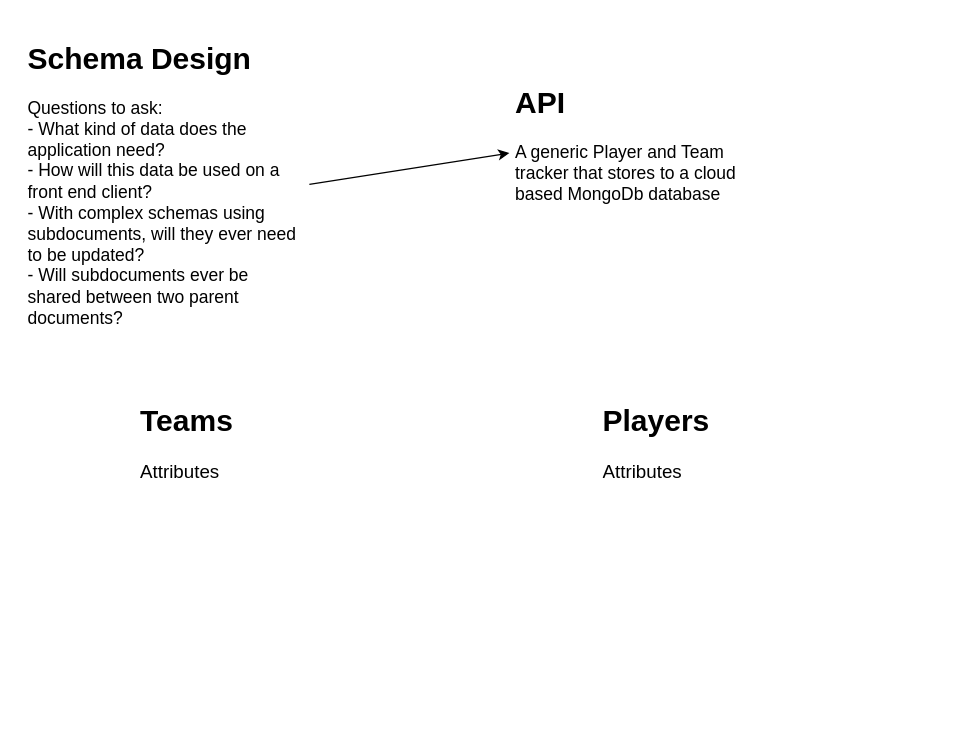
Earlier version of the draw.io diagram schemademo.dio (jjvega86/schemadesigndemo). Source tidied: cells renumbered, new cells numbered last; positions are measured from the earlier drawing's top-left corner, leaving out a move shared by most shapes. Both pictures are drawn from the tidied source at 125%, with x=0, y=0 at pixel (21, 34).
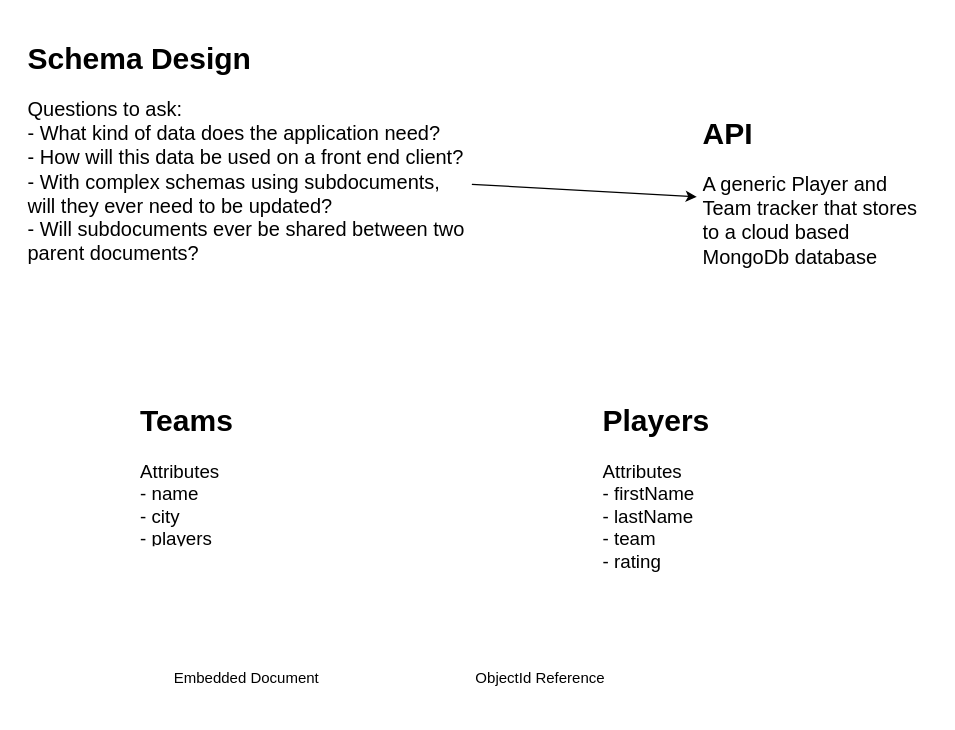
The same page after the edit.

Commit message:
Updated diagram for demo with schema attributes

Change to the diagram source:
```diff
@@
 <mxGraphModel>
   <root>
     <mxCell id="0" />
     <mxCell id="1" parent="0" />
-    <mxCell id="2" value="&lt;h1&gt;Schema Design&lt;/h1&gt;&lt;div style=&quot;font-size: 14px&quot;&gt;&lt;font style=&quot;font-size: 14px&quot;&gt;Questions to ask:&lt;/font&gt;&lt;/div&gt;&lt;div style=&quot;font-size: 14px&quot;&gt;&lt;font style=&quot;font-size: 14px&quot;&gt;- What kind of data does the application need?&lt;/font&gt;&lt;/div&gt;&lt;div style=&quot;font-size: 14px&quot;&gt;&lt;font style=&quot;font-size: 14px&quot;&gt;- How will this data be used on a front end client?&lt;/font&gt;&lt;/div&gt;&lt;div style=&quot;font-size: 14px&quot;&gt;&lt;font style=&quot;font-size: 14px&quot;&gt;- With complex schemas using subdocuments, will they ever need to be updated?&lt;/font&gt;&lt;/div&gt;&lt;div style=&quot;font-size: 14px&quot;&gt;&lt;font style=&quot;font-size: 14px&quot;&gt;- Will subdocuments ever be shared between two parent documents?&lt;/font&gt;&lt;/div&gt;&lt;div&gt;&lt;br&gt;&lt;/div&gt;" style="text;html=1;strokeColor=none;fillColor=none;spacing=5;spacingTop=-20;whiteSpace=wrap;overflow=hidden;rounded=0;" parent="1" vertex="1">
-      <mxGeometry width="230" height="240" as="geometry" />
+    <mxCell id="2" value="&lt;h1&gt;Schema Design&lt;/h1&gt;&lt;div style=&quot;font-size: 16px&quot;&gt;&lt;font style=&quot;font-size: 16px&quot;&gt;Questions to ask:&lt;/font&gt;&lt;/div&gt;&lt;div style=&quot;font-size: 16px&quot;&gt;&lt;font style=&quot;font-size: 16px&quot;&gt;- What kind of data does the application need?&lt;/font&gt;&lt;/div&gt;&lt;div style=&quot;font-size: 16px&quot;&gt;&lt;font style=&quot;font-size: 16px&quot;&gt;- How will this data be used on a front end client?&lt;/font&gt;&lt;/div&gt;&lt;div style=&quot;font-size: 16px&quot;&gt;&lt;font style=&quot;font-size: 16px&quot;&gt;- With complex schemas using subdocuments, will they ever need to be updated?&lt;/font&gt;&lt;/div&gt;&lt;div style=&quot;font-size: 16px&quot;&gt;&lt;font style=&quot;font-size: 16px&quot;&gt;- Will subdocuments ever be shared between two parent documents?&lt;/font&gt;&lt;/div&gt;&lt;div&gt;&lt;br&gt;&lt;/div&gt;" style="text;html=1;strokeColor=none;fillColor=none;spacing=5;spacingTop=-20;whiteSpace=wrap;overflow=hidden;rounded=0;" parent="1" vertex="1">
+      <mxGeometry width="360" height="240" as="geometry" />
     </mxCell>
-    <mxCell id="3" value="&lt;h1&gt;Teams&lt;/h1&gt;&lt;p&gt;&lt;font style=&quot;font-size: 15px&quot;&gt;Attributes&lt;/font&gt;&lt;/p&gt;" style="text;html=1;strokeColor=none;fillColor=none;spacing=5;spacingTop=-20;whiteSpace=wrap;overflow=hidden;rounded=0;" parent="1" vertex="1">
+    <mxCell id="3" value="&lt;h1&gt;Teams&lt;/h1&gt;&lt;p&gt;&lt;font style=&quot;font-size: 15px&quot;&gt;Attributes&lt;br&gt;- name&lt;br&gt;- city&lt;br&gt;- players&lt;/font&gt;&lt;/p&gt;" style="text;html=1;strokeColor=none;fillColor=none;spacing=5;spacingTop=-20;whiteSpace=wrap;overflow=hidden;rounded=0;" parent="1" vertex="1">
       <mxGeometry x="90" y="290" width="190" height="120" as="geometry" />
     </mxCell>
-    <mxCell id="4" value="&lt;h1&gt;Players&lt;/h1&gt;&lt;p&gt;&lt;font style=&quot;font-size: 15px&quot;&gt;Attributes&lt;/font&gt;&lt;/p&gt;" style="text;html=1;strokeColor=none;fillColor=none;spacing=5;spacingTop=-20;whiteSpace=wrap;overflow=hidden;rounded=0;" parent="1" vertex="1">
-      <mxGeometry x="460" y="290" width="190" height="120" as="geometry" />
+    <mxCell id="4" value="&lt;h1&gt;Players&lt;/h1&gt;&lt;p&gt;&lt;font style=&quot;font-size: 15px&quot;&gt;Attributes&lt;br&gt;- firstName&lt;br&gt;- lastName&lt;br&gt;- team&lt;br&gt;- rating&lt;/font&gt;&lt;/p&gt;" style="text;html=1;strokeColor=none;fillColor=none;spacing=5;spacingTop=-20;whiteSpace=wrap;overflow=hidden;rounded=0;" parent="1" vertex="1">
+      <mxGeometry x="460" y="290" width="190" height="150" as="geometry" />
     </mxCell>
-    <mxCell id="5" value="&lt;h1&gt;API&lt;/h1&gt;&lt;p&gt;&lt;font style=&quot;font-size: 14px&quot;&gt;A generic Player and Team tracker that stores to a cloud based MongoDb database&lt;/font&gt;&lt;/p&gt;" style="text;html=1;strokeColor=none;fillColor=none;spacing=5;spacingTop=-20;whiteSpace=wrap;overflow=hidden;rounded=0;" parent="1" vertex="1">
-      <mxGeometry x="390" y="35" width="190" height="120" as="geometry" />
+    <mxCell id="5" value="&lt;h1&gt;API&lt;/h1&gt;&lt;p&gt;&lt;font style=&quot;font-size: 16px&quot;&gt;A generic Player and Team tracker that stores to a cloud based MongoDb database&lt;/font&gt;&lt;/p&gt;" style="text;html=1;strokeColor=none;fillColor=none;spacing=5;spacingTop=-20;whiteSpace=wrap;overflow=hidden;rounded=0;" parent="1" vertex="1">
+      <mxGeometry x="540" y="60" width="190" height="140" as="geometry" />
     </mxCell>
     <mxCell id="6" style="endArrow=classic;html=1;entryX=0;entryY=0.5;entryDx=0;entryDy=0;exitX=1;exitY=0.5;exitDx=0;exitDy=0;" parent="1" edge="1" source="2" target="5">
       <mxGeometry relative="1" as="geometry" />
     </mxCell>
+    <mxCell id="7" value="Embedded Document" style="text;html=1;strokeColor=none;fillColor=none;align=center;verticalAlign=middle;whiteSpace=wrap;rounded=0;" parent="1" vertex="1">
+      <mxGeometry x="120" y="500" width="120" height="30" as="geometry" />
+    </mxCell>
+    <mxCell id="8" value="ObjectId Reference" style="text;html=1;strokeColor=none;fillColor=none;align=center;verticalAlign=middle;whiteSpace=wrap;rounded=0;" parent="1" vertex="1">
+      <mxGeometry x="350" y="490" width="130" height="50" as="geometry" />
+    </mxCell>
   </root>
 </mxGraphModel>
```
